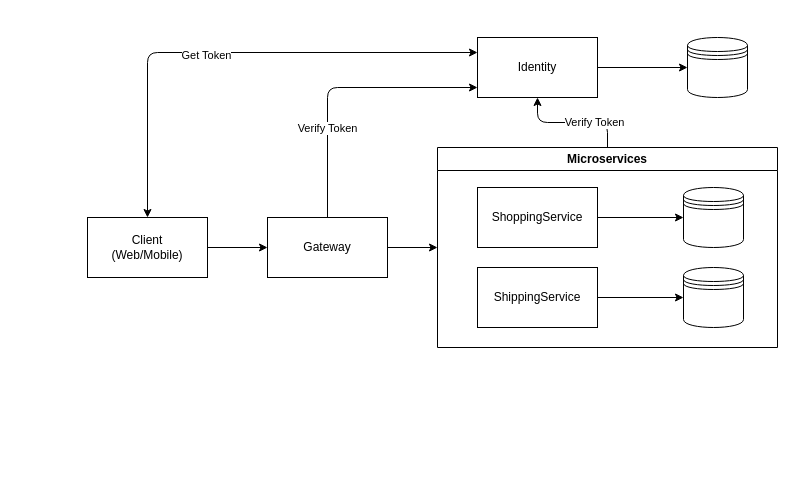
This is Documentation/architecture.drawio from ajbtolentino/mypro, a draw.io file, before an edit. Source tidied: cells renumbered, new cells numbered last; positions are measured from the earlier drawing's top-left corner, leaving out a move shared by most shapes. Both pictures are drawn from the tidied source at 100%, with x=0, y=0 at pixel (87, 37).
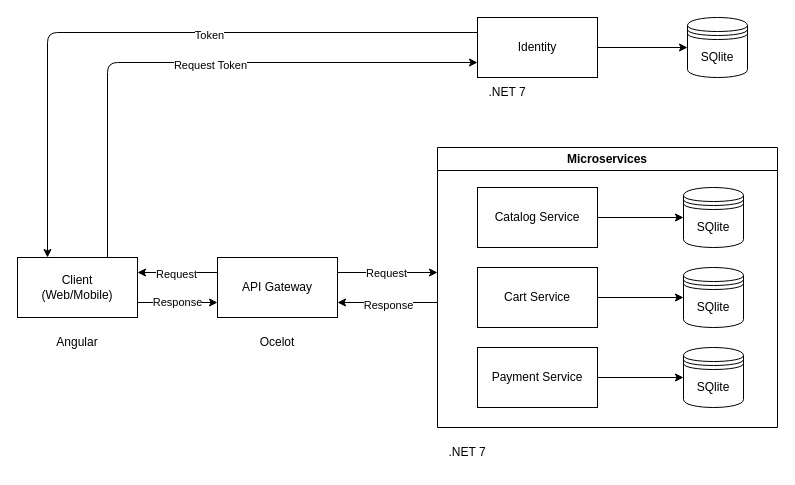
The same diagram, later.

What changed in the source:
```diff
@@
-    <mxCell id="2" style="edgeStyle=orthogonalEdgeStyle;html=1;entryX=0.5;entryY=1;entryDx=0;entryDy=0;startArrow=none;startFill=0;" parent="1" edge="1" source="4" target="12">
-      <mxGeometry relative="1" as="geometry">
-        <Array as="points">
-          <mxPoint x="520" y="85" />
-          <mxPoint x="450" y="85" />
-        </Array>
-      </mxGeometry>
-    </mxCell>
-    <mxCell id="3" value="Verify Token" style="edgeLabel;html=1;align=center;verticalAlign=middle;" parent="2" vertex="1">
-      <mxGeometry x="-0.35" y="-1" relative="1" as="geometry" />
-    </mxCell>
+    <mxCell id="22" style="edgeStyle=none;html=1;entryX=1;entryY=0.75;entryDx=0;entryDy=0;" parent="1" edge="1" target="20">
+      <mxGeometry relative="1" as="geometry">
+        <mxPoint x="350" y="265" as="sourcePoint" />
+      </mxGeometry>
+    </mxCell>
+    <mxCell id="23" value="Response" style="edgeLabel;html=1;align=center;verticalAlign=middle;" parent="22" vertex="1">
+      <mxGeometry x="-0.32" y="2" relative="1" as="geometry">
+        <mxPoint x="-16" as="offset" />
+      </mxGeometry>
+    </mxCell>
     <mxCell id="4" value="Microservices" style="swimlane;whiteSpace=wrap;html=1;" parent="1" vertex="1">
-      <mxGeometry x="350" y="110" width="340" height="200" as="geometry" />
+      <mxGeometry x="350" y="110" width="340" height="280" as="geometry" />
     </mxCell>
@@
-    <mxCell id="6" value="ShippingService" style="rounded=0;whiteSpace=wrap;html=1;" parent="4" vertex="1">
+    <mxCell id="6" value="Cart Service" style="rounded=0;whiteSpace=wrap;html=1;" parent="4" vertex="1">
       <mxGeometry x="40" y="120" width="120" height="60" as="geometry" />
     </mxCell>
-    <mxCell id="7" style="shape=datastore;whiteSpace=wrap;html=1;" parent="4" vertex="1">
+    <mxCell id="7" value="SQlite" style="shape=datastore;whiteSpace=wrap;html=1;" parent="4" vertex="1">
       <mxGeometry x="246" y="120" width="60" height="60" as="geometry" />
     </mxCell>
@@
-    <mxCell id="9" value="ShoppingService" style="rounded=0;whiteSpace=wrap;html=1;" parent="4" vertex="1">
+    <mxCell id="9" value="Catalog Service" style="rounded=0;whiteSpace=wrap;html=1;" parent="4" vertex="1">
       <mxGeometry x="40" y="40" width="120" height="60" as="geometry" />
     </mxCell>
-    <mxCell id="10" style="shape=datastore;whiteSpace=wrap;html=1;" parent="4" vertex="1">
+    <mxCell id="10" value="SQlite" style="shape=datastore;whiteSpace=wrap;html=1;" parent="4" vertex="1">
       <mxGeometry x="246" y="40" width="60" height="60" as="geometry" />
     </mxCell>
+    <mxCell id="24" style="edgeStyle=none;html=1;entryX=0;entryY=0.5;entryDx=0;entryDy=0;" parent="4" edge="1" source="25" target="26">
+      <mxGeometry relative="1" as="geometry" />
+    </mxCell>
+    <mxCell id="25" value="Payment Service" style="rounded=0;whiteSpace=wrap;html=1;" parent="4" vertex="1">
+      <mxGeometry x="40" y="200" width="120" height="60" as="geometry" />
+    </mxCell>
+    <mxCell id="26" value="SQlite" style="shape=datastore;whiteSpace=wrap;html=1;" parent="4" vertex="1">
+      <mxGeometry x="246" y="200" width="60" height="60" as="geometry" />
+    </mxCell>
@@
+    <mxCell id="27" style="edgeStyle=orthogonalEdgeStyle;html=1;exitX=0;exitY=0.25;exitDx=0;exitDy=0;entryX=0.25;entryY=0;entryDx=0;entryDy=0;" parent="1" edge="1" source="12" target="16">
+      <mxGeometry relative="1" as="geometry" />
+    </mxCell>
+    <mxCell id="28" value="Token" style="edgeLabel;html=1;align=center;verticalAlign=middle;" parent="27" vertex="1">
+      <mxGeometry x="-0.18" y="3" relative="1" as="geometry" />
+    </mxCell>
     <mxCell id="12" value="Identity" style="rounded=0;whiteSpace=wrap;html=1;" parent="1" vertex="1">
-      <mxGeometry x="390" width="120" height="60" as="geometry" />
+      <mxGeometry x="390" y="-20" width="120" height="60" as="geometry" />
     </mxCell>
+    <mxCell id="15" value="Response" style="edgeStyle=orthogonalEdgeStyle;html=1;startArrow=none;startFill=0;exitX=1;exitY=0.75;exitDx=0;exitDy=0;entryX=0;entryY=0.75;entryDx=0;entryDy=0;" parent="1" edge="1" source="16" target="20">
+      <mxGeometry relative="1" as="geometry">
+        <Array as="points">
+          <mxPoint x="90" y="265" />
+          <mxPoint x="90" y="265" />
+        </Array>
+      </mxGeometry>
+    </mxCell>
-    <mxCell id="13" style="edgeStyle=orthogonalEdgeStyle;html=1;exitX=0.5;exitY=0;exitDx=0;exitDy=0;startArrow=classic;startFill=1;entryX=0;entryY=0.25;entryDx=0;entryDy=0;" parent="1" edge="1" source="16" target="12">
+    <mxCell id="13" style="edgeStyle=orthogonalEdgeStyle;html=1;exitX=0.75;exitY=0;exitDx=0;exitDy=0;entryX=0;entryY=0.75;entryDx=0;entryDy=0;" parent="1" edge="1" source="16" target="12">
       <mxGeometry relative="1" as="geometry" />
     </mxCell>
-    <mxCell id="14" value="Get Token" style="edgeLabel;html=1;align=center;verticalAlign=middle;" parent="13" vertex="1">
-      <mxGeometry x="-0.1" y="-2" relative="1" as="geometry" />
-    </mxCell>
-    <mxCell id="15" style="edgeStyle=orthogonalEdgeStyle;html=1;startArrow=none;startFill=0;" parent="1" edge="1" source="16" target="20">
-      <mxGeometry relative="1" as="geometry" />
-    </mxCell>
+    <mxCell id="29" value="Request Token" style="edgeLabel;html=1;align=center;verticalAlign=middle;" parent="13" vertex="1">
+      <mxGeometry x="0.05" y="-2" relative="1" as="geometry" />
+    </mxCell>
     <mxCell id="16" value="Client &lt;br&gt;(Web/Mobile)" style="rounded=0;whiteSpace=wrap;html=1;" parent="1" vertex="1">
-      <mxGeometry y="180" width="120" height="60" as="geometry" />
+      <mxGeometry x="-70" y="220" width="120" height="60" as="geometry" />
     </mxCell>
-    <mxCell id="17" style="edgeStyle=orthogonalEdgeStyle;html=1;entryX=0;entryY=0.5;entryDx=0;entryDy=0;startArrow=none;startFill=0;" parent="1" edge="1" source="20" target="4">
-      <mxGeometry relative="1" as="geometry" />
-    </mxCell>
-    <mxCell id="18" style="edgeStyle=orthogonalEdgeStyle;html=1;startArrow=none;startFill=0;" parent="1" edge="1" source="20" target="12">
-      <mxGeometry relative="1" as="geometry">
-        <Array as="points">
-          <mxPoint x="240" y="50" />
-        </Array>
-      </mxGeometry>
-    </mxCell>
-    <mxCell id="19" value="Verify Token" style="edgeLabel;html=1;align=center;verticalAlign=middle;" parent="18" vertex="1">
-      <mxGeometry x="-0.36" y="1" relative="1" as="geometry" />
-    </mxCell>
+    <mxCell id="30" style="edgeStyle=none;html=1;exitX=1;exitY=0.25;exitDx=0;exitDy=0;" parent="1" edge="1" source="20">
+      <mxGeometry relative="1" as="geometry">
+        <mxPoint x="350" y="235" as="targetPoint" />
+      </mxGeometry>
+    </mxCell>
+    <mxCell id="31" value="Request" style="edgeLabel;html=1;align=center;verticalAlign=middle;" parent="30" vertex="1">
+      <mxGeometry x="-0.04" relative="1" as="geometry" />
+    </mxCell>
+    <mxCell id="32" style="edgeStyle=none;html=1;entryX=1;entryY=0.25;entryDx=0;entryDy=0;exitX=0;exitY=0.25;exitDx=0;exitDy=0;" parent="1" edge="1" source="20" target="16">
+      <mxGeometry relative="1" as="geometry" />
+    </mxCell>
+    <mxCell id="33" value="Request" style="edgeLabel;html=1;align=center;verticalAlign=middle;" parent="32" vertex="1">
+      <mxGeometry x="0.06" y="1" relative="1" as="geometry" />
+    </mxCell>
-    <mxCell id="20" value="Gateway" style="rounded=0;whiteSpace=wrap;html=1;" parent="1" vertex="1">
-      <mxGeometry x="180" y="180" width="120" height="60" as="geometry" />
+    <mxCell id="20" value="API Gateway" style="rounded=0;whiteSpace=wrap;html=1;" parent="1" vertex="1">
+      <mxGeometry x="130" y="220" width="120" height="60" as="geometry" />
     </mxCell>
-    <mxCell id="21" style="shape=datastore;whiteSpace=wrap;html=1;" parent="1" vertex="1">
-      <mxGeometry x="600" width="60" height="60" as="geometry" />
+    <mxCell id="21" value="SQlite" style="shape=datastore;whiteSpace=wrap;html=1;" parent="1" vertex="1">
+      <mxGeometry x="600" y="-20" width="60" height="60" as="geometry" />
     </mxCell>
+    <mxCell id="34" value="Angular" style="text;html=1;strokeColor=none;fillColor=none;align=center;verticalAlign=middle;whiteSpace=wrap;rounded=0;" parent="1" vertex="1">
+      <mxGeometry x="-40" y="290" width="60" height="30" as="geometry" />
+    </mxCell>
+    <mxCell id="35" value="Ocelot" style="text;html=1;strokeColor=none;fillColor=none;align=center;verticalAlign=middle;whiteSpace=wrap;rounded=0;" parent="1" vertex="1">
+      <mxGeometry x="160" y="290" width="60" height="30" as="geometry" />
+    </mxCell>
+    <mxCell id="36" value=".NET 7" style="text;html=1;strokeColor=none;fillColor=none;align=center;verticalAlign=middle;whiteSpace=wrap;rounded=0;" parent="1" vertex="1">
+      <mxGeometry x="390" y="40" width="60" height="30" as="geometry" />
+    </mxCell>
+    <mxCell id="37" value=".NET 7" style="text;html=1;strokeColor=none;fillColor=none;align=center;verticalAlign=middle;whiteSpace=wrap;rounded=0;" parent="1" vertex="1">
+      <mxGeometry x="350" y="400" width="60" height="30" as="geometry" />
+    </mxCell>
```
